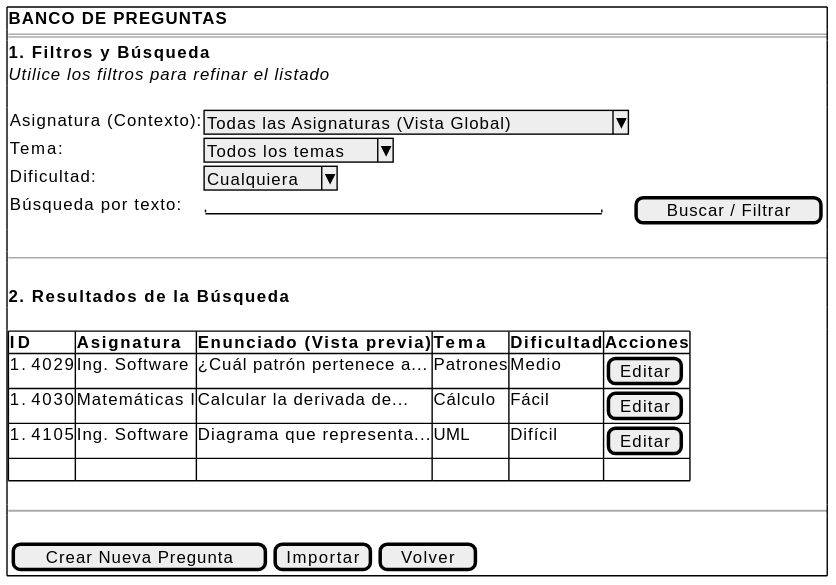
The PlantUML diagram documents/casos-de-uso/prototipadoCasosDeUso/verPreguntas/verPreguntas.svg in martinlopez7/25-26-IdSw1-SdR, before a commit.
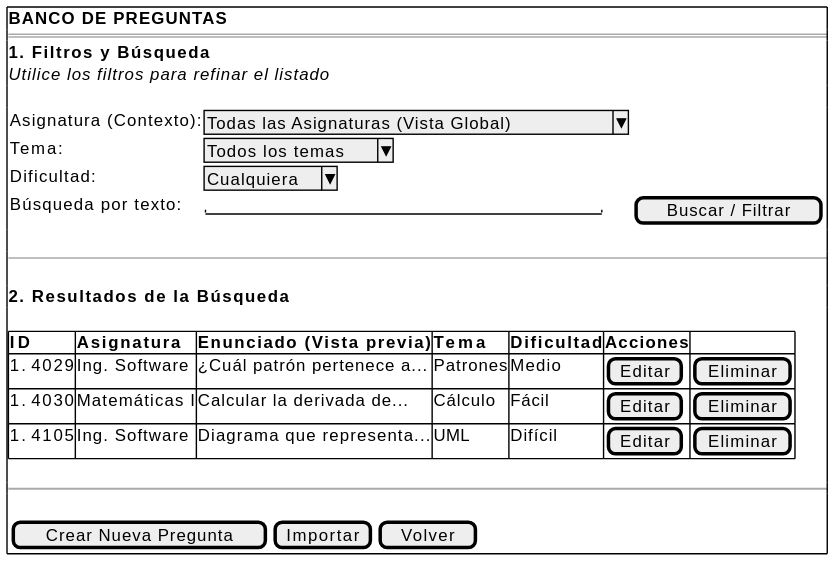
Above is the later version.

Diff of the diagram source:
```diff
@@ -18,10 +18,9 @@
     .
     {#
         <b>ID</b> | <b>Asignatura</b> | <b>Enunciado (Vista previa)</b> | <b>Tema</b> | <b>Dificultad</b> | <b>Acciones</b>
-        #4029 | Ing. Software | ¿Cuál patrón pertenece a... | Patrones | Medio | [Editar]
-        #4030 | Matemáticas I | Calcular la derivada de... | Cálculo | Fácil | [Editar]
-        #4105 | Ing. Software | Diagrama que representa... | UML | Difícil | [Editar]
-        . | . | . | . | . | .
+        #4029 | Ing. Software | ¿Cuál patrón pertenece a... | Patrones | Medio | [Editar] | [Eliminar]
+        #4030 | Matemáticas I | Calcular la derivada de... | Cálculo | Fácil | [Editar] | [Eliminar]
+        #4105 | Ing. Software | Diagrama que representa... | UML | Difícil | [Editar] | [Eliminar]
     }
     .
     ~~
```
